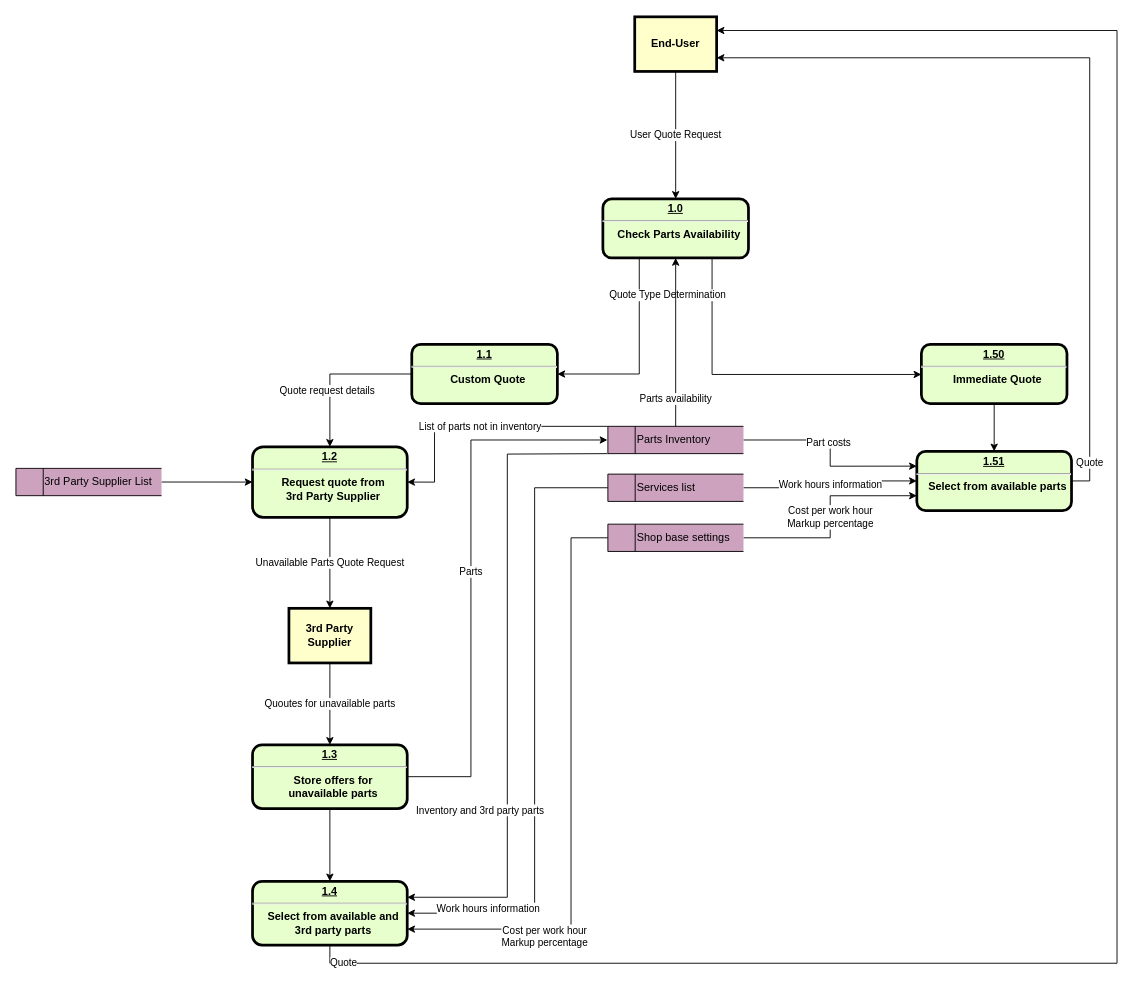
This is Data_Flow_Diagrams/QuoteDFD.drawio from Awrmani/AutoQuotes, a draw.io file, before an edit. Source tidied: cells renumbered, new cells numbered last; positions are measured from the earlier drawing's top-left corner, leaving out a move shared by most shapes. Both pictures are drawn from the tidied source at 91%, with x=0, y=0 at pixel (15, 16).
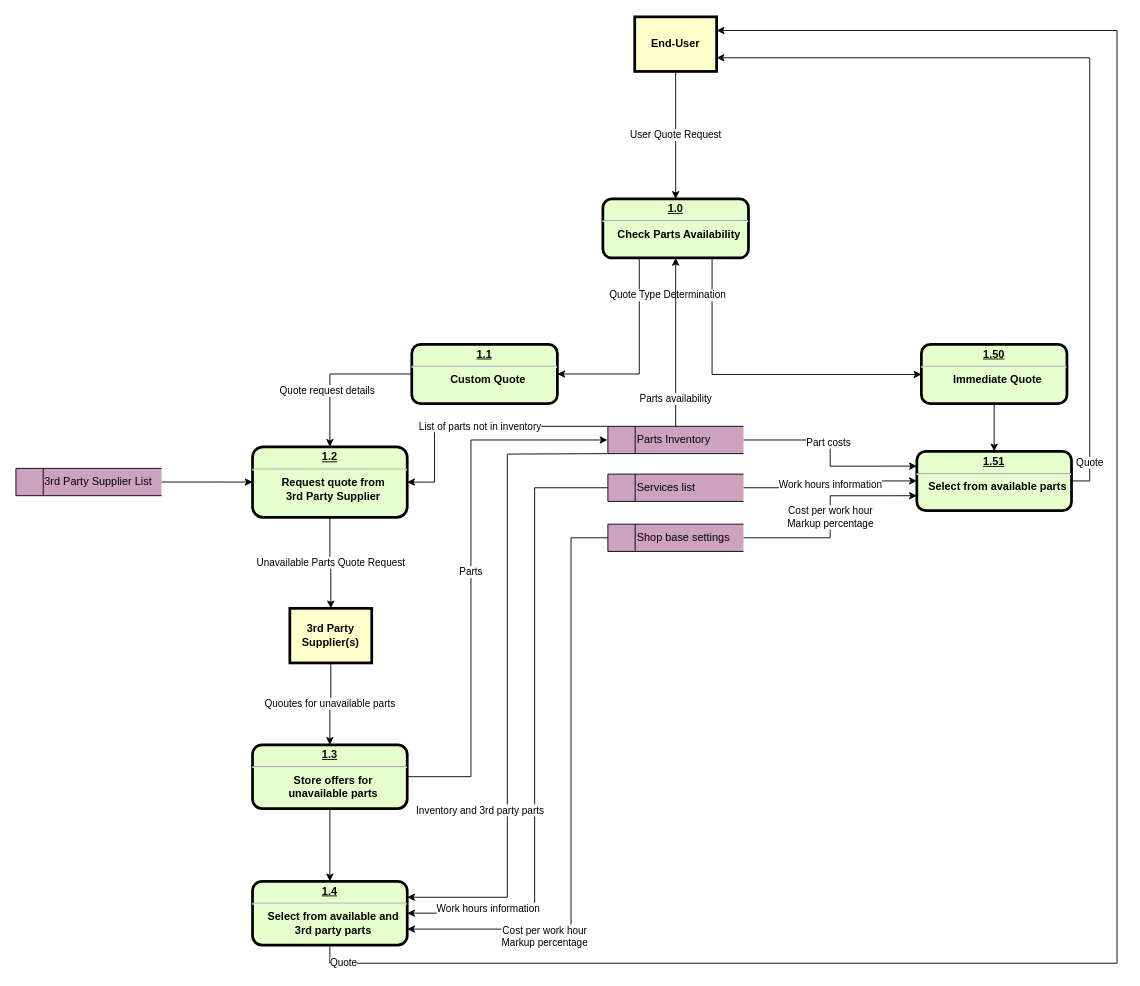
The same page after the edit.

The edit, as a diff of the source:
```diff
@@
-    <mxCell id="5" value="3rd Party Supplier" style="whiteSpace=wrap;align=center;verticalAlign=middle;fontStyle=1;strokeWidth=3;fillColor=#FFFFCC;" parent="1" vertex="1">
-      <mxGeometry x="300" y="650" width="90" height="60" as="geometry" />
+    <mxCell id="5" value="3rd Party Supplier(s)" style="whiteSpace=wrap;align=center;verticalAlign=middle;fontStyle=1;strokeWidth=3;fillColor=#FFFFCC;" parent="1" vertex="1">
+      <mxGeometry x="301" y="650" width="90" height="60" as="geometry" />
     </mxCell>
```
